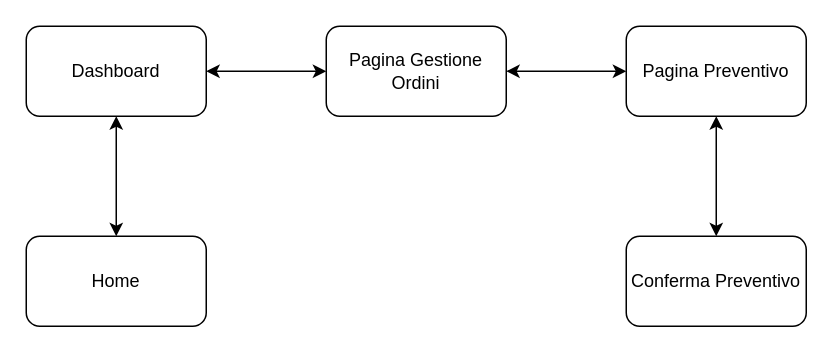
The draw.io diagram Documents/Requirement Analysis Document/Review/Seconda Parte/Nav path/Sorgenti/RF4-4.drawio in dariodidario/EasyLease, before the edit. Source tidied: cells renumbered, new cells numbered last; positions are measured from the earlier drawing's top-left corner, leaving out a move shared by most shapes. Both pictures are drawn from the tidied source at 150%, with x=0, y=0 at pixel (26, 26).
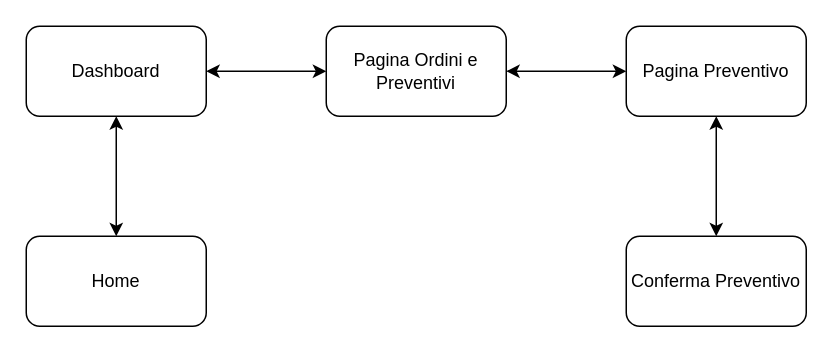
Above is the later version.

What changed in the source:
```diff
@@
 <mxGraphModel>
   <root>
     <mxCell id="0" />
     <mxCell id="1" parent="0" />
     <mxCell id="2" value="Home" style="rounded=1;whiteSpace=wrap;html=1;" parent="1" vertex="1">
       <mxGeometry y="140" width="120" height="60" as="geometry" />
     </mxCell>
     <mxCell id="3" value="Dashboard" style="whiteSpace=wrap;html=1;rounded=1;" parent="1" vertex="1">
       <mxGeometry width="120" height="60" as="geometry" />
     </mxCell>
     <mxCell id="4" style="endArrow=classic;startArrow=classic;html=1;entryX=0.5;entryY=1;entryDx=0;entryDy=0;exitX=0.5;exitY=0;exitDx=0;exitDy=0;" parent="1" edge="1" source="2" target="3">
       <mxGeometry relative="1" as="geometry" />
     </mxCell>
-    <mxCell id="5" value="Pagina Gestione Ordini" style="whiteSpace=wrap;html=1;rounded=1;" parent="1" vertex="1">
+    <mxCell id="5" value="Pagina Ordini e Preventivi" style="whiteSpace=wrap;html=1;rounded=1;" parent="1" vertex="1">
       <mxGeometry x="200" width="120" height="60" as="geometry" />
     </mxCell>
     <mxCell id="6" style="endArrow=classic;startArrow=classic;html=1;entryX=0;entryY=0.5;entryDx=0;entryDy=0;exitX=1;exitY=0.5;exitDx=0;exitDy=0;" parent="1" edge="1" source="3" target="5">
       <mxGeometry relative="1" as="geometry" />
     </mxCell>
     <mxCell id="7" value="Pagina Preventivo" style="whiteSpace=wrap;html=1;rounded=1;" parent="1" vertex="1">
       <mxGeometry x="400" width="120" height="60" as="geometry" />
     </mxCell>
     <mxCell id="8" value="Conferma Preventivo" style="whiteSpace=wrap;html=1;rounded=1;" parent="1" vertex="1">
       <mxGeometry x="400" y="140" width="120" height="60" as="geometry" />
     </mxCell>
     <mxCell id="9" style="endArrow=classic;startArrow=classic;html=1;entryX=0;entryY=0.5;entryDx=0;entryDy=0;exitX=1;exitY=0.5;exitDx=0;exitDy=0;" parent="1" edge="1" source="5" target="7">
       <mxGeometry relative="1" as="geometry" />
     </mxCell>
     <mxCell id="10" style="endArrow=classic;startArrow=classic;html=1;entryX=0.5;entryY=1;entryDx=0;entryDy=0;exitX=0.5;exitY=0;exitDx=0;exitDy=0;" parent="1" edge="1" source="8" target="7">
       <mxGeometry relative="1" as="geometry" />
     </mxCell>
   </root>
 </mxGraphModel>
```
